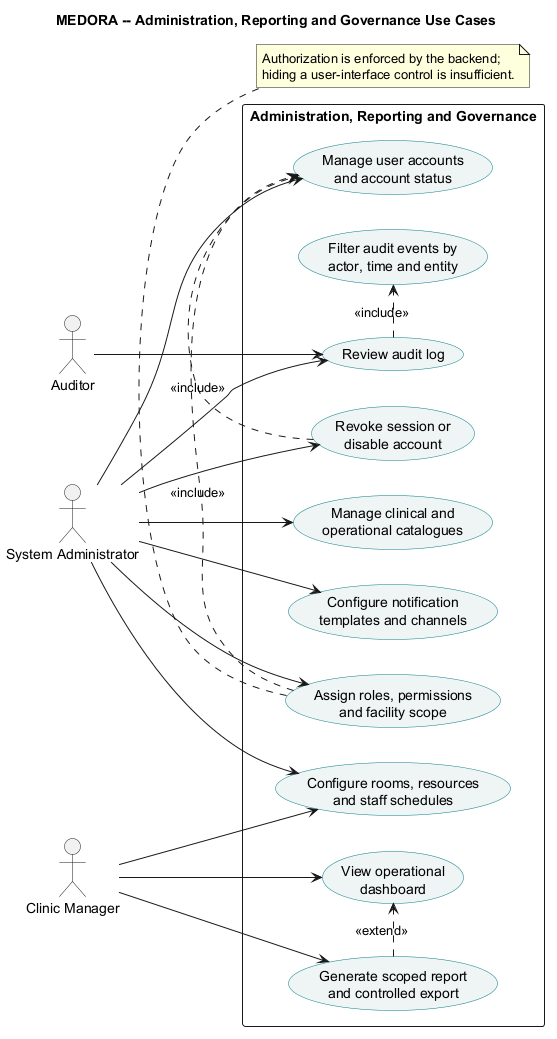
Earlier version of the PlantUML export doc/asset/03-system-requirements/use-case-by-function/administration/figure/administration-and-governance.png (DucDung-1107/SysDes_2026.1_Group_08). Source of this version:
```plantuml
@startuml
title MEDORA -- Administration, Reporting and Governance Use Cases
left to right direction
skinparam shadowing false
skinparam packageStyle rectangle
skinparam usecase {
  BackgroundColor #EEF5F4
  BorderColor #087E8B
}

actor "System Administrator" as admin
actor "Clinic Manager" as manager
actor Auditor as auditor

rectangle "Administration, Reporting and Governance" {
  usecase "Manage user accounts\nand account status" as users
  usecase "Assign roles, permissions\nand facility scope" as roles
  usecase "Manage clinical and\noperational catalogues" as catalogue
  usecase "Configure rooms, resources\nand staff schedules" as resource
  usecase "Configure notification\ntemplates and channels" as notify
  usecase "View operational\ndashboard" as dashboard
  usecase "Generate scoped report\nand controlled export" as report
  usecase "Review audit log" as audit
  usecase "Filter audit events by\nactor, time and entity" as filter
  usecase "Revoke session or\ndisable account" as revoke
}

admin --> users
admin --> roles
admin --> catalogue
admin --> resource
admin --> notify
admin --> audit
admin --> revoke
manager --> dashboard
manager --> report
manager --> resource
auditor --> audit

roles .> users : <<include>>
revoke .> users : <<include>>
report .> dashboard : <<extend>>
audit .> filter : <<include>>

note bottom of roles
  Authorization is enforced by the backend;
  hiding a user-interface control is insufficient.
end note
@enduml
```
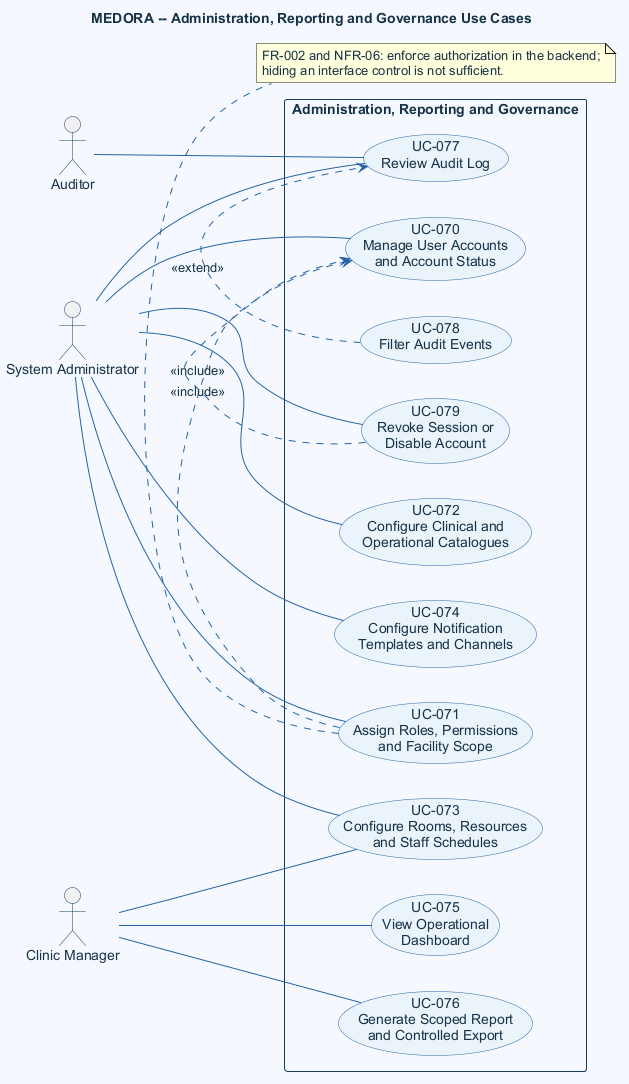
Above is the later version.

The edit, as a diff of the source:
```diff
@@ -2,48 +2,53 @@
 title MEDORA -- Administration, Reporting and Governance Use Cases
 left to right direction
 skinparam shadowing false
-skinparam packageStyle rectangle
-skinparam usecase {
-  BackgroundColor #EEF5F4
-  BorderColor #087E8B
-}
+skinparam defaultFontName Arial
+skinparam defaultFontColor #183247
+skinparam backgroundColor #F5F9FE
+skinparam ArrowColor #2563A6
+skinparam UsecaseBackgroundColor #EAF3FB
+skinparam UsecaseBorderColor #2563A6
+skinparam UsecaseFontColor #183247
+skinparam ActorBorderColor #163A5F
+skinparam ActorFontColor #183247
+skinparam RectangleBackgroundColor #F5F9FE
+skinparam RectangleBorderColor #163A5F
 
 actor "System Administrator" as admin
 actor "Clinic Manager" as manager
 actor Auditor as auditor
 
 rectangle "Administration, Reporting and Governance" {
-  usecase "Manage user accounts\nand account status" as users
-  usecase "Assign roles, permissions\nand facility scope" as roles
-  usecase "Manage clinical and\noperational catalogues" as catalogue
-  usecase "Configure rooms, resources\nand staff schedules" as resource
-  usecase "Configure notification\ntemplates and channels" as notify
-  usecase "View operational\ndashboard" as dashboard
-  usecase "Generate scoped report\nand controlled export" as report
-  usecase "Review audit log" as audit
-  usecase "Filter audit events by\nactor, time and entity" as filter
-  usecase "Revoke session or\ndisable account" as revoke
+  usecase "UC-070\nManage User Accounts\nand Account Status" as users
+  usecase "UC-071\nAssign Roles, Permissions\nand Facility Scope" as roles
+  usecase "UC-072\nConfigure Clinical and\nOperational Catalogues" as catalogue
+  usecase "UC-073\nConfigure Rooms, Resources\nand Staff Schedules" as resource
+  usecase "UC-074\nConfigure Notification\nTemplates and Channels" as notify
+  usecase "UC-075\nView Operational\nDashboard" as dashboard
+  usecase "UC-076\nGenerate Scoped Report\nand Controlled Export" as report
+  usecase "UC-077\nReview Audit Log" as audit
+  usecase "UC-078\nFilter Audit Events" as filter
+  usecase "UC-079\nRevoke Session or\nDisable Account" as revoke
 }
 
-admin --> users
-admin --> roles
-admin --> catalogue
-admin --> resource
-admin --> notify
-admin --> audit
-admin --> revoke
-manager --> dashboard
-manager --> report
-manager --> resource
-auditor --> audit
+admin -- users
+admin -- roles
+admin -- catalogue
+admin -- resource
+admin -- notify
+admin -- audit
+admin -- revoke
+manager -- dashboard
+manager -- report
+manager -- resource
+auditor -- audit
 
 roles .> users : <<include>>
 revoke .> users : <<include>>
-report .> dashboard : <<extend>>
-audit .> filter : <<include>>
+filter .> audit : <<extend>>
 
 note bottom of roles
-  Authorization is enforced by the backend;
-  hiding a user-interface control is insufficient.
+  FR-002 and NFR-06: enforce authorization in the backend;
+  hiding an interface control is not sufficient.
 end note
 @enduml
```
